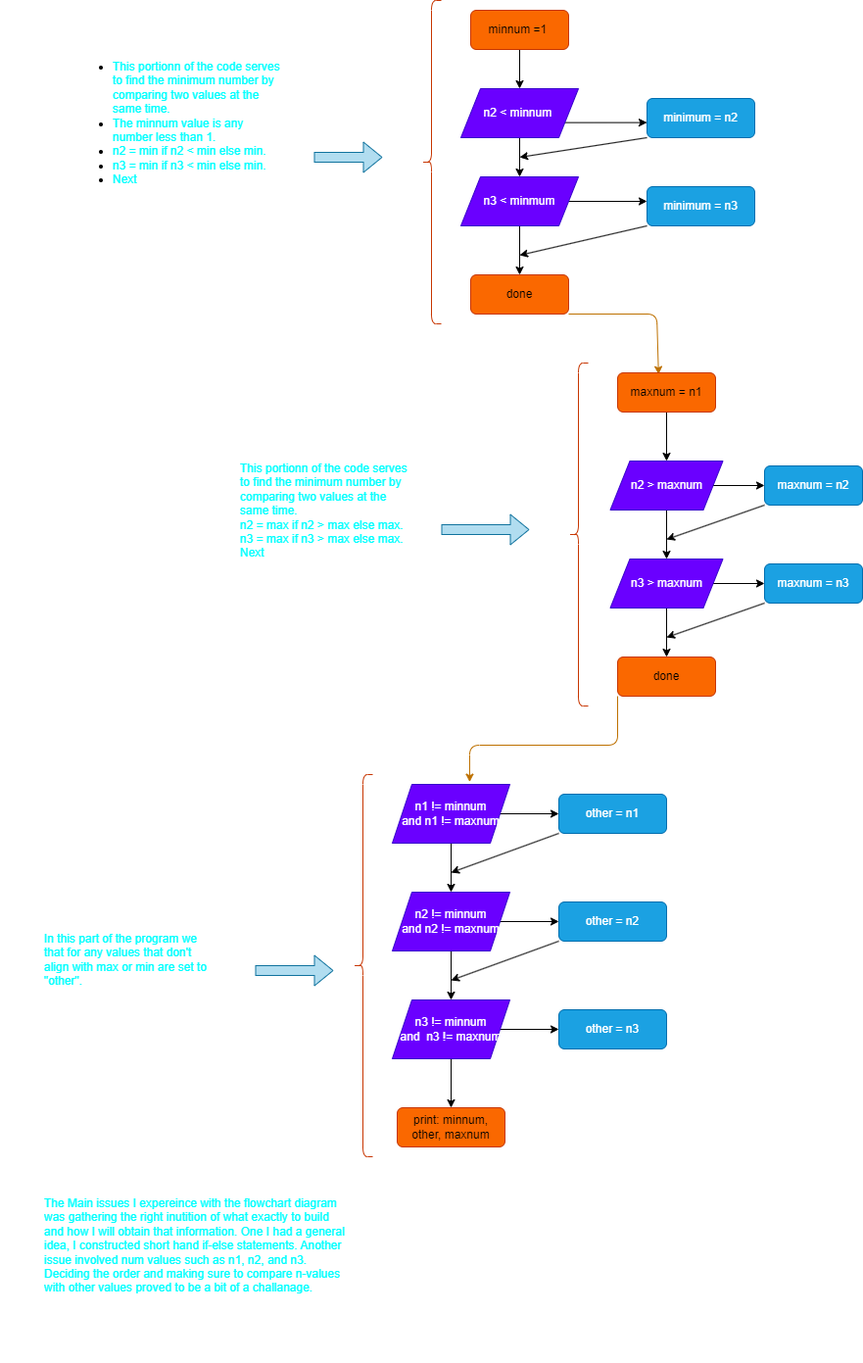
Before: main.png, a diagram exported from draw.io (ipivanparra/AD-3-2-F). Source tidied: cells renumbered, new cells last; positions are measured from the earlier drawing's top-left corner, leaving out a move shared by most shapes.
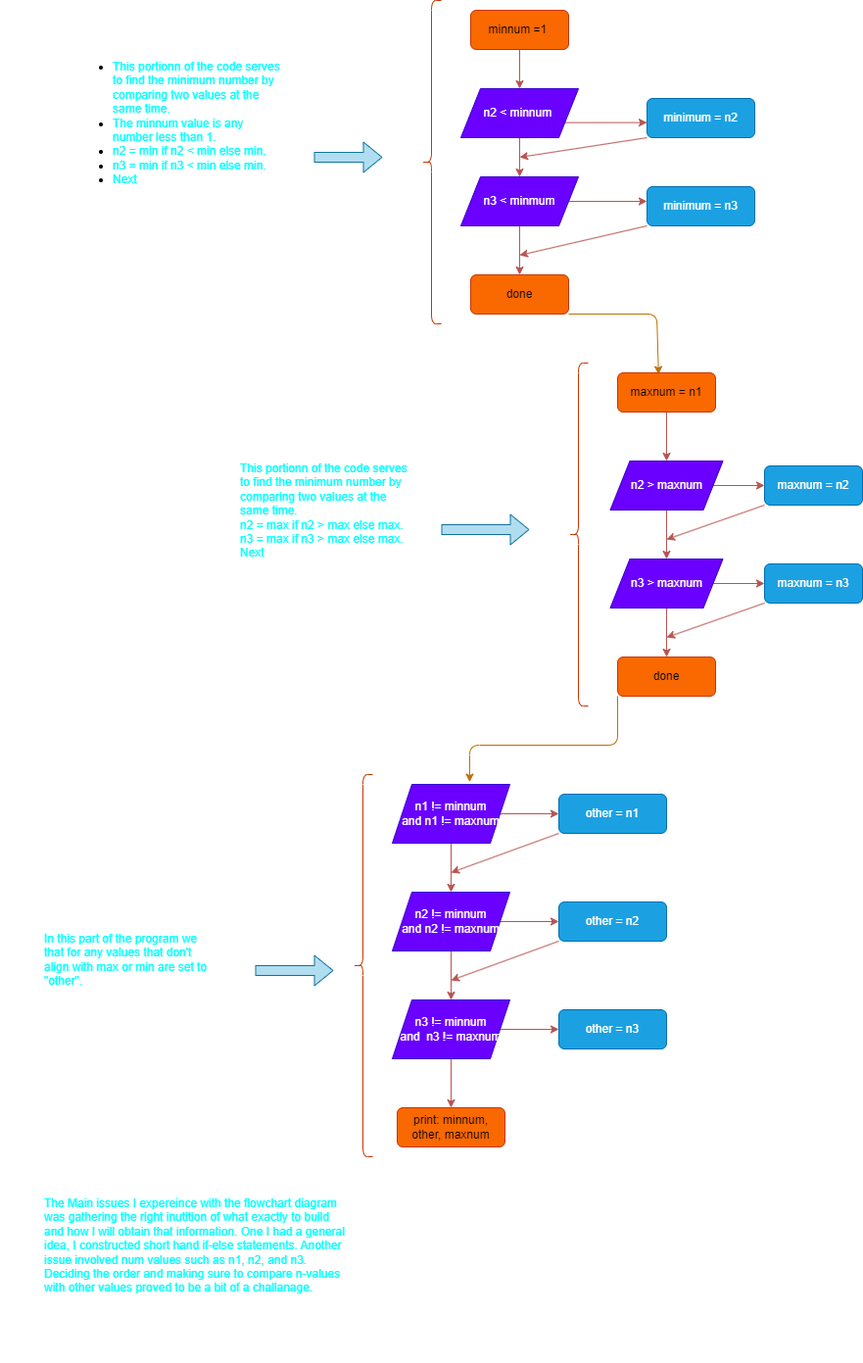
Later version of the same file.

Diff of the diagram source:
```diff
@@ -2,25 +2,25 @@
   <root>
     <mxCell id="0" />
     <mxCell id="1" parent="0" />
-    <mxCell id="2" style="edgeStyle=none;html=1;exitX=0.5;exitY=1;exitDx=0;exitDy=0;entryX=0.5;entryY=0;entryDx=0;entryDy=0;" parent="1" edge="1" source="4" target="9">
+    <mxCell id="2" style="edgeStyle=none;html=1;exitX=0.5;exitY=1;exitDx=0;exitDy=0;entryX=0.5;entryY=0;entryDx=0;entryDy=0;fillColor=#f8cecc;gradientColor=#ea6b66;strokeColor=#b85450;" parent="1" edge="1" source="4" target="9">
       <mxGeometry relative="1" as="geometry" />
     </mxCell>
-    <mxCell id="3" style="edgeStyle=none;html=1;exitX=1;exitY=0.75;exitDx=0;exitDy=0;entryX=0;entryY=0.615;entryDx=0;entryDy=0;entryPerimeter=0;" parent="1" edge="1" source="4" target="13">
+    <mxCell id="3" style="edgeStyle=none;html=1;exitX=1;exitY=0.75;exitDx=0;exitDy=0;entryX=0;entryY=0.615;entryDx=0;entryDy=0;entryPerimeter=0;fillColor=#f8cecc;gradientColor=#ea6b66;strokeColor=#b85450;" parent="1" edge="1" source="4" target="13">
       <mxGeometry relative="1" as="geometry" />
     </mxCell>
     <mxCell id="4" value="n2 &amp;lt; minnum&amp;nbsp;" style="shape=parallelogram;perimeter=parallelogramPerimeter;whiteSpace=wrap;html=1;fixedSize=1;fillColor=#6a00ff;fontColor=#ffffff;strokeColor=#3700CC;" parent="1" vertex="1">
       <mxGeometry x="470" y="90" width="120" height="50" as="geometry" />
     </mxCell>
-    <mxCell id="5" style="edgeStyle=none;html=1;exitX=0.5;exitY=1;exitDx=0;exitDy=0;entryX=0.5;entryY=0;entryDx=0;entryDy=0;" parent="1" edge="1" source="6" target="4">
+    <mxCell id="5" style="edgeStyle=none;html=1;exitX=0.5;exitY=1;exitDx=0;exitDy=0;entryX=0.5;entryY=0;entryDx=0;entryDy=0;fillColor=#f8cecc;gradientColor=#ea6b66;strokeColor=#b85450;" parent="1" edge="1" source="6" target="4">
       <mxGeometry relative="1" as="geometry" />
     </mxCell>
     <mxCell id="6" value="minnum =1&amp;nbsp;" style="rounded=1;whiteSpace=wrap;html=1;fillColor=#fa6800;fontColor=#000000;strokeColor=#C73500;" parent="1" vertex="1">
       <mxGeometry x="480" y="10" width="100" height="40" as="geometry" />
     </mxCell>
-    <mxCell id="7" style="edgeStyle=none;html=1;exitX=0.5;exitY=1;exitDx=0;exitDy=0;entryX=0.5;entryY=0;entryDx=0;entryDy=0;" parent="1" edge="1" source="9" target="11">
+    <mxCell id="7" style="edgeStyle=none;html=1;exitX=0.5;exitY=1;exitDx=0;exitDy=0;entryX=0.5;entryY=0;entryDx=0;entryDy=0;fillColor=#f8cecc;gradientColor=#ea6b66;strokeColor=#b85450;" parent="1" edge="1" source="9" target="11">
       <mxGeometry relative="1" as="geometry" />
     </mxCell>
-    <mxCell id="8" style="edgeStyle=none;html=1;exitX=1;exitY=0.5;exitDx=0;exitDy=0;entryX=0;entryY=0.375;entryDx=0;entryDy=0;entryPerimeter=0;" parent="1" edge="1" source="9" target="15">
+    <mxCell id="8" style="edgeStyle=none;html=1;exitX=1;exitY=0.5;exitDx=0;exitDy=0;entryX=0;entryY=0.375;entryDx=0;entryDy=0;entryPerimeter=0;fillColor=#f8cecc;strokeColor=#b85450;gradientColor=#ea6b66;" parent="1" edge="1" source="9" target="15">
       <mxGeometry relative="1" as="geometry" />
     </mxCell>
     <mxCell id="9" value="n3 &amp;lt; minmum" style="shape=parallelogram;perimeter=parallelogramPerimeter;whiteSpace=wrap;html=1;fixedSize=1;fillColor=#6a00ff;fontColor=#ffffff;strokeColor=#3700CC;" parent="1" vertex="1">
@@ -36,7 +36,7 @@
     <mxCell id="11" value="done" style="rounded=1;whiteSpace=wrap;html=1;fillColor=#fa6800;fontColor=#000000;strokeColor=#C73500;" parent="1" vertex="1">
       <mxGeometry x="480" y="280" width="100" height="40" as="geometry" />
     </mxCell>
-    <mxCell id="12" style="edgeStyle=none;html=1;exitX=0;exitY=1;exitDx=0;exitDy=0;" parent="1" edge="1" source="13">
+    <mxCell id="12" style="edgeStyle=none;html=1;exitX=0;exitY=1;exitDx=0;exitDy=0;fillColor=#f8cecc;gradientColor=#ea6b66;strokeColor=#b85450;" parent="1" edge="1" source="13">
       <mxGeometry relative="1" as="geometry">
         <mxPoint x="530" y="160" as="targetPoint" />
       </mxGeometry>
@@ -44,7 +44,7 @@
     <mxCell id="13" value="minimum = n2" style="rounded=1;whiteSpace=wrap;html=1;fillColor=#1ba1e2;fontColor=#ffffff;strokeColor=#006EAF;" parent="1" vertex="1">
       <mxGeometry x="660" y="100" width="110" height="40" as="geometry" />
     </mxCell>
-    <mxCell id="14" style="edgeStyle=none;html=1;exitX=0;exitY=1;exitDx=0;exitDy=0;" parent="1" edge="1" source="15">
+    <mxCell id="14" style="edgeStyle=none;html=1;exitX=0;exitY=1;exitDx=0;exitDy=0;fillColor=#f8cecc;strokeColor=#b85450;gradientColor=#ea6b66;" parent="1" edge="1" source="15">
       <mxGeometry relative="1" as="geometry">
         <mxPoint x="530" y="260" as="targetPoint" />
       </mxGeometry>
@@ -55,31 +55,31 @@
     <mxCell id="16" style="shape=curlyBracket;whiteSpace=wrap;html=1;rounded=1;labelPosition=left;verticalLabelPosition=middle;align=right;verticalAlign=middle;fillColor=#fa6800;fontColor=#000000;strokeColor=#C73500;" parent="1" vertex="1">
       <mxGeometry x="430" width="20" height="330" as="geometry" />
     </mxCell>
-    <mxCell id="17" style="edgeStyle=none;html=1;exitX=0.5;exitY=1;exitDx=0;exitDy=0;entryX=0.5;entryY=0;entryDx=0;entryDy=0;" parent="1" edge="1" source="18" target="21">
+    <mxCell id="17" style="edgeStyle=none;html=1;exitX=0.5;exitY=1;exitDx=0;exitDy=0;entryX=0.5;entryY=0;entryDx=0;entryDy=0;fillColor=#f8cecc;gradientColor=#ea6b66;strokeColor=#b85450;" parent="1" edge="1" source="18" target="21">
       <mxGeometry relative="1" as="geometry" />
     </mxCell>
     <mxCell id="18" value="maxnum = n1" style="rounded=1;whiteSpace=wrap;html=1;fillColor=#fa6800;fontColor=#000000;strokeColor=#C73500;" parent="1" vertex="1">
       <mxGeometry x="630" y="380" width="100" height="40" as="geometry" />
     </mxCell>
-    <mxCell id="19" style="edgeStyle=none;html=1;exitX=0.5;exitY=1;exitDx=0;exitDy=0;entryX=0.5;entryY=0;entryDx=0;entryDy=0;" parent="1" edge="1" source="21" target="24">
+    <mxCell id="19" style="edgeStyle=none;html=1;exitX=0.5;exitY=1;exitDx=0;exitDy=0;entryX=0.5;entryY=0;entryDx=0;entryDy=0;fillColor=#f8cecc;gradientColor=#ea6b66;strokeColor=#b85450;" parent="1" edge="1" source="21" target="24">
       <mxGeometry relative="1" as="geometry" />
     </mxCell>
-    <mxCell id="20" style="edgeStyle=none;html=1;exitX=1;exitY=0.5;exitDx=0;exitDy=0;entryX=0;entryY=0.5;entryDx=0;entryDy=0;" parent="1" edge="1" source="21" target="26">
+    <mxCell id="20" style="edgeStyle=none;html=1;exitX=1;exitY=0.5;exitDx=0;exitDy=0;entryX=0;entryY=0.5;entryDx=0;entryDy=0;fillColor=#f8cecc;gradientColor=#ea6b66;strokeColor=#b85450;" parent="1" edge="1" source="21" target="26">
       <mxGeometry relative="1" as="geometry" />
     </mxCell>
     <mxCell id="21" value="n2 &amp;gt; maxnum" style="shape=parallelogram;perimeter=parallelogramPerimeter;whiteSpace=wrap;html=1;fixedSize=1;fillColor=#6a00ff;fontColor=#ffffff;strokeColor=#3700CC;" parent="1" vertex="1">
       <mxGeometry x="622.5" y="470" width="115" height="50" as="geometry" />
     </mxCell>
-    <mxCell id="22" style="edgeStyle=none;html=1;exitX=1;exitY=0.5;exitDx=0;exitDy=0;entryX=0;entryY=0.5;entryDx=0;entryDy=0;" parent="1" edge="1" source="24" target="28">
+    <mxCell id="22" style="edgeStyle=none;html=1;exitX=1;exitY=0.5;exitDx=0;exitDy=0;entryX=0;entryY=0.5;entryDx=0;entryDy=0;fillColor=#f8cecc;gradientColor=#ea6b66;strokeColor=#b85450;" parent="1" edge="1" source="24" target="28">
       <mxGeometry relative="1" as="geometry" />
     </mxCell>
-    <mxCell id="23" style="edgeStyle=none;html=1;exitX=0.5;exitY=1;exitDx=0;exitDy=0;entryX=0.5;entryY=0;entryDx=0;entryDy=0;" parent="1" edge="1" source="24" target="30">
+    <mxCell id="23" style="edgeStyle=none;html=1;exitX=0.5;exitY=1;exitDx=0;exitDy=0;entryX=0.5;entryY=0;entryDx=0;entryDy=0;fillColor=#f8cecc;gradientColor=#ea6b66;strokeColor=#b85450;" parent="1" edge="1" source="24" target="30">
       <mxGeometry relative="1" as="geometry" />
     </mxCell>
     <mxCell id="24" value="n3 &amp;gt; maxnum" style="shape=parallelogram;perimeter=parallelogramPerimeter;whiteSpace=wrap;html=1;fixedSize=1;fillColor=#6a00ff;fontColor=#ffffff;strokeColor=#3700CC;" parent="1" vertex="1">
       <mxGeometry x="622.5" y="570" width="115" height="50" as="geometry" />
     </mxCell>
-    <mxCell id="25" style="edgeStyle=none;html=1;exitX=0;exitY=1;exitDx=0;exitDy=0;" parent="1" edge="1" source="26">
+    <mxCell id="25" style="edgeStyle=none;html=1;exitX=0;exitY=1;exitDx=0;exitDy=0;fillColor=#f8cecc;gradientColor=#ea6b66;strokeColor=#b85450;" parent="1" edge="1" source="26">
       <mxGeometry relative="1" as="geometry">
         <mxPoint x="680" y="550" as="targetPoint" />
       </mxGeometry>
@@ -87,7 +87,7 @@
     <mxCell id="26" value="maxnum = n2" style="rounded=1;whiteSpace=wrap;html=1;fillColor=#1ba1e2;fontColor=#ffffff;strokeColor=#006EAF;" parent="1" vertex="1">
       <mxGeometry x="780" y="475" width="100" height="40" as="geometry" />
     </mxCell>
-    <mxCell id="27" style="edgeStyle=none;html=1;exitX=0;exitY=1;exitDx=0;exitDy=0;" parent="1" edge="1" source="28">
+    <mxCell id="27" style="edgeStyle=none;html=1;exitX=0;exitY=1;exitDx=0;exitDy=0;fillColor=#f8cecc;gradientColor=#ea6b66;strokeColor=#b85450;" parent="1" edge="1" source="28">
       <mxGeometry relative="1" as="geometry">
         <mxPoint x="680" y="650" as="targetPoint" />
       </mxGeometry>
@@ -109,28 +109,28 @@
     <mxCell id="31" style="shape=curlyBracket;whiteSpace=wrap;html=1;rounded=1;labelPosition=left;verticalLabelPosition=middle;align=right;verticalAlign=middle;fillColor=#fa6800;strokeColor=#C73500;fontColor=#000000;" parent="1" vertex="1">
       <mxGeometry x="580" y="370" width="20" height="350" as="geometry" />
     </mxCell>
-    <mxCell id="32" style="edgeStyle=none;html=1;exitX=0.5;exitY=1;exitDx=0;exitDy=0;entryX=0.5;entryY=0;entryDx=0;entryDy=0;" parent="1" edge="1" source="34" target="37">
+    <mxCell id="32" style="edgeStyle=none;html=1;exitX=0.5;exitY=1;exitDx=0;exitDy=0;entryX=0.5;entryY=0;entryDx=0;entryDy=0;fillColor=#f8cecc;gradientColor=#ea6b66;strokeColor=#b85450;" parent="1" edge="1" source="34" target="37">
       <mxGeometry relative="1" as="geometry" />
     </mxCell>
-    <mxCell id="33" style="edgeStyle=none;html=1;exitX=1;exitY=0.5;exitDx=0;exitDy=0;entryX=0;entryY=0.5;entryDx=0;entryDy=0;" parent="1" edge="1" source="34" target="43">
+    <mxCell id="33" style="edgeStyle=none;html=1;exitX=1;exitY=0.5;exitDx=0;exitDy=0;entryX=0;entryY=0.5;entryDx=0;entryDy=0;fillColor=#f8cecc;gradientColor=#ea6b66;strokeColor=#b85450;" parent="1" edge="1" source="34" target="43">
       <mxGeometry relative="1" as="geometry" />
     </mxCell>
     <mxCell id="34" value="n1 != minnum&lt;br&gt;and n1 != maxnum" style="shape=parallelogram;perimeter=parallelogramPerimeter;whiteSpace=wrap;html=1;fixedSize=1;fillColor=#6a00ff;fontColor=#ffffff;strokeColor=#3700CC;" parent="1" vertex="1">
       <mxGeometry x="400" y="800" width="120" height="60" as="geometry" />
     </mxCell>
-    <mxCell id="35" style="edgeStyle=none;html=1;exitX=0.5;exitY=1;exitDx=0;exitDy=0;entryX=0.5;entryY=0;entryDx=0;entryDy=0;" parent="1" edge="1" source="37" target="40">
+    <mxCell id="35" style="edgeStyle=none;html=1;exitX=0.5;exitY=1;exitDx=0;exitDy=0;entryX=0.5;entryY=0;entryDx=0;entryDy=0;fillColor=#f8cecc;gradientColor=#ea6b66;strokeColor=#b85450;" parent="1" edge="1" source="37" target="40">
       <mxGeometry relative="1" as="geometry" />
     </mxCell>
-    <mxCell id="36" style="edgeStyle=none;html=1;exitX=1;exitY=0.5;exitDx=0;exitDy=0;entryX=0;entryY=0.5;entryDx=0;entryDy=0;" parent="1" edge="1" source="37" target="45">
+    <mxCell id="36" style="edgeStyle=none;html=1;exitX=1;exitY=0.5;exitDx=0;exitDy=0;entryX=0;entryY=0.5;entryDx=0;entryDy=0;fillColor=#f8cecc;gradientColor=#ea6b66;strokeColor=#b85450;" parent="1" edge="1" source="37" target="45">
       <mxGeometry relative="1" as="geometry" />
     </mxCell>
     <mxCell id="37" value="n2 != minnum&lt;br&gt;and n2 != maxnum" style="shape=parallelogram;perimeter=parallelogramPerimeter;whiteSpace=wrap;html=1;fixedSize=1;fillColor=#6a00ff;fontColor=#ffffff;strokeColor=#3700CC;" parent="1" vertex="1">
       <mxGeometry x="400" y="910" width="120" height="60" as="geometry" />
     </mxCell>
-    <mxCell id="38" style="edgeStyle=none;html=1;exitX=0.5;exitY=1;exitDx=0;exitDy=0;entryX=0.5;entryY=0;entryDx=0;entryDy=0;" parent="1" edge="1" source="40" target="41">
+    <mxCell id="38" style="edgeStyle=none;html=1;exitX=0.5;exitY=1;exitDx=0;exitDy=0;entryX=0.5;entryY=0;entryDx=0;entryDy=0;fillColor=#f8cecc;gradientColor=#ea6b66;strokeColor=#b85450;" parent="1" edge="1" source="40" target="41">
       <mxGeometry relative="1" as="geometry" />
     </mxCell>
-    <mxCell id="39" style="edgeStyle=none;html=1;exitX=1;exitY=0.5;exitDx=0;exitDy=0;entryX=0;entryY=0.5;entryDx=0;entryDy=0;" parent="1" edge="1" source="40" target="46">
+    <mxCell id="39" style="edgeStyle=none;html=1;exitX=1;exitY=0.5;exitDx=0;exitDy=0;entryX=0;entryY=0.5;entryDx=0;entryDy=0;fillColor=#f8cecc;gradientColor=#ea6b66;strokeColor=#b85450;" parent="1" edge="1" source="40" target="46">
       <mxGeometry relative="1" as="geometry" />
     </mxCell>
     <mxCell id="40" value="n3 != minnum&lt;br&gt;and&amp;nbsp; n3 != maxnum" style="shape=parallelogram;perimeter=parallelogramPerimeter;whiteSpace=wrap;html=1;fixedSize=1;fillColor=#6a00ff;fontColor=#ffffff;strokeColor=#3700CC;" parent="1" vertex="1">
@@ -139,7 +139,7 @@
     <mxCell id="41" value="print: minnum, other, maxnum" style="rounded=1;whiteSpace=wrap;html=1;fillColor=#fa6800;fontColor=#000000;strokeColor=#C73500;" parent="1" vertex="1">
       <mxGeometry x="405" y="1130" width="110" height="40" as="geometry" />
     </mxCell>
-    <mxCell id="42" style="edgeStyle=none;html=1;exitX=0;exitY=1;exitDx=0;exitDy=0;" parent="1" edge="1" source="43">
+    <mxCell id="42" style="edgeStyle=none;html=1;exitX=0;exitY=1;exitDx=0;exitDy=0;fillColor=#f8cecc;gradientColor=#ea6b66;strokeColor=#b85450;" parent="1" edge="1" source="43">
       <mxGeometry relative="1" as="geometry">
         <mxPoint x="460" y="890" as="targetPoint" />
       </mxGeometry>
@@ -147,7 +147,7 @@
     <mxCell id="43" value="other = n1" style="rounded=1;whiteSpace=wrap;html=1;fillColor=#1ba1e2;fontColor=#ffffff;strokeColor=#006EAF;" parent="1" vertex="1">
       <mxGeometry x="570" y="810" width="110" height="40" as="geometry" />
     </mxCell>
-    <mxCell id="44" style="edgeStyle=none;html=1;exitX=0;exitY=1;exitDx=0;exitDy=0;" parent="1" edge="1" source="45">
+    <mxCell id="44" style="edgeStyle=none;html=1;exitX=0;exitY=1;exitDx=0;exitDy=0;fillColor=#f8cecc;gradientColor=#ea6b66;strokeColor=#b85450;" parent="1" edge="1" source="45">
       <mxGeometry relative="1" as="geometry">
         <mxPoint x="460" y="1000" as="targetPoint" />
       </mxGeometry>
```
